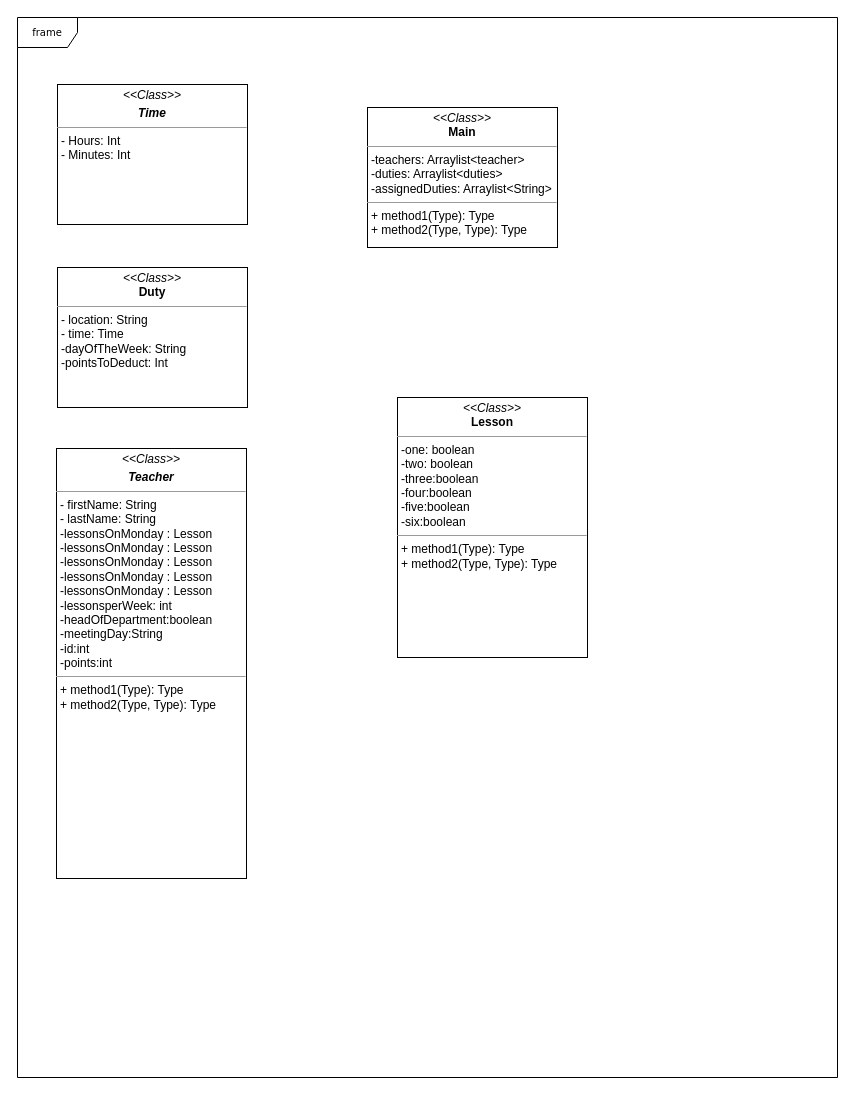
This is UML Diagram (Without Methods).drawio from adityaharish218/Computer-Science-IA, a draw.io file, before an edit. Source tidied: cells renumbered, new cells numbered last; positions are measured from the earlier drawing's top-left corner, leaving out a move shared by most shapes. Both pictures are drawn from the tidied source at 100%, with x=0, y=0 at pixel (17, 17).
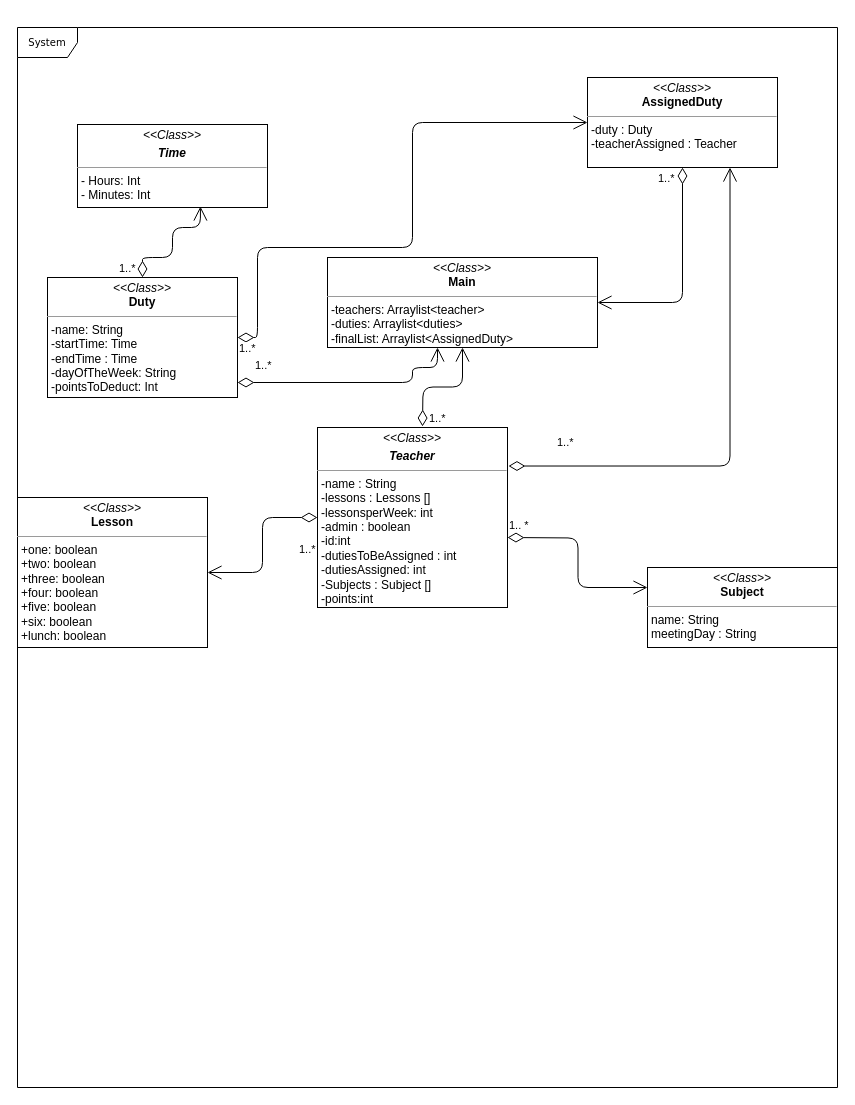
Above is the later version.

Change to the diagram source:
```diff
@@
-    <mxCell id="2" value="frame" style="shape=umlFrame;whiteSpace=wrap;html=1;rounded=0;shadow=0;comic=0;labelBackgroundColor=none;strokeWidth=1;fontFamily=Verdana;fontSize=10;align=center;" parent="1" vertex="1">
-      <mxGeometry width="820" height="1060" as="geometry" />
+    <mxCell id="2" value="System" style="shape=umlFrame;whiteSpace=wrap;html=1;rounded=0;shadow=0;comic=0;labelBackgroundColor=none;strokeWidth=1;fontFamily=Verdana;fontSize=10;align=center;" parent="1" vertex="1">
+      <mxGeometry y="10" width="820" height="1060" as="geometry" />
     </mxCell>
-    <mxCell id="3" value="&lt;p style=&quot;margin: 0px ; margin-top: 4px ; text-align: center&quot;&gt;&lt;i&gt;&amp;lt;&amp;lt;Class&amp;gt;&amp;gt;&lt;/i&gt;&lt;br&gt;&lt;b&gt;Lesson&lt;/b&gt;&lt;/p&gt;&lt;hr size=&quot;1&quot;&gt;&lt;p style=&quot;margin: 0px ; margin-left: 4px&quot;&gt;-one: boolean&lt;br&gt;-two: boolean&lt;/p&gt;&lt;p style=&quot;margin: 0px ; margin-left: 4px&quot;&gt;-three:boolean&lt;/p&gt;&lt;p style=&quot;margin: 0px ; margin-left: 4px&quot;&gt;-four:boolean&lt;/p&gt;&lt;p style=&quot;margin: 0px ; margin-left: 4px&quot;&gt;-five:boolean&lt;/p&gt;&lt;p style=&quot;margin: 0px ; margin-left: 4px&quot;&gt;-six:boolean&lt;/p&gt;&lt;hr size=&quot;1&quot;&gt;&lt;p style=&quot;margin: 0px ; margin-left: 4px&quot;&gt;+ method1(Type): Type&lt;br&gt;+ method2(Type, Type): Type&lt;/p&gt;" style="verticalAlign=top;align=left;overflow=fill;fontSize=12;fontFamily=Helvetica;html=1;rounded=0;shadow=0;comic=0;labelBackgroundColor=none;strokeWidth=1;" parent="1" vertex="1">
-      <mxGeometry x="380" y="380" width="190" height="260" as="geometry" />
+    <mxCell id="3" value="&lt;p style=&quot;margin: 0px ; margin-top: 4px ; text-align: center&quot;&gt;&lt;i&gt;&amp;lt;&amp;lt;Class&amp;gt;&amp;gt;&lt;/i&gt;&lt;br&gt;&lt;b&gt;Lesson&lt;/b&gt;&lt;/p&gt;&lt;hr size=&quot;1&quot;&gt;&lt;p style=&quot;margin: 0px ; margin-left: 4px&quot;&gt;+one: boolean&lt;br&gt;+two: boolean&lt;/p&gt;&lt;p style=&quot;margin: 0px ; margin-left: 4px&quot;&gt;+three: boolean&lt;/p&gt;&lt;p style=&quot;margin: 0px ; margin-left: 4px&quot;&gt;+four: boolean&lt;/p&gt;&lt;p style=&quot;margin: 0px ; margin-left: 4px&quot;&gt;+five: boolean&lt;/p&gt;&lt;p style=&quot;margin: 0px ; margin-left: 4px&quot;&gt;+six: boolean&lt;/p&gt;&lt;p style=&quot;margin: 0px ; margin-left: 4px&quot;&gt;+lunch: boolean&lt;/p&gt;&lt;p style=&quot;margin: 0px ; margin-left: 4px&quot;&gt;&lt;br&gt;&lt;/p&gt;" style="verticalAlign=top;align=left;overflow=fill;fontSize=12;fontFamily=Helvetica;html=1;rounded=0;shadow=0;comic=0;labelBackgroundColor=none;strokeWidth=1;" parent="1" vertex="1">
+      <mxGeometry y="480" width="190" height="150" as="geometry" />
     </mxCell>
-    <mxCell id="4" value="&lt;p style=&quot;margin: 0px ; margin-top: 4px ; text-align: center&quot;&gt;&lt;i&gt;&amp;lt;&amp;lt;Class&amp;gt;&amp;gt;&lt;/i&gt;&lt;br&gt;&lt;b&gt;Main&lt;/b&gt;&lt;/p&gt;&lt;hr size=&quot;1&quot;&gt;&lt;p style=&quot;margin: 0px ; margin-left: 4px&quot;&gt;-teachers: Arraylist&amp;lt;teacher&amp;gt;&lt;br&gt;-duties: Arraylist&amp;lt;duties&amp;gt;&lt;/p&gt;&lt;p style=&quot;margin: 0px ; margin-left: 4px&quot;&gt;-assignedDuties: Arraylist&amp;lt;String&amp;gt;&lt;/p&gt;&lt;hr size=&quot;1&quot;&gt;&lt;p style=&quot;margin: 0px ; margin-left: 4px&quot;&gt;+ method1(Type): Type&lt;br&gt;+ method2(Type, Type): Type&lt;/p&gt;" style="verticalAlign=top;align=left;overflow=fill;fontSize=12;fontFamily=Helvetica;html=1;rounded=0;shadow=0;comic=0;labelBackgroundColor=none;strokeWidth=1;" parent="1" vertex="1">
-      <mxGeometry x="350" y="90" width="190" height="140" as="geometry" />
+    <mxCell id="4" value="&lt;p style=&quot;margin: 0px ; margin-top: 4px ; text-align: center&quot;&gt;&lt;i&gt;&amp;lt;&amp;lt;Class&amp;gt;&amp;gt;&lt;/i&gt;&lt;br&gt;&lt;b&gt;Main&lt;/b&gt;&lt;/p&gt;&lt;hr size=&quot;1&quot;&gt;&lt;p style=&quot;margin: 0px ; margin-left: 4px&quot;&gt;-teachers: Arraylist&amp;lt;teacher&amp;gt;&lt;br&gt;-duties: Arraylist&amp;lt;duties&amp;gt;&lt;/p&gt;&lt;p style=&quot;margin: 0px ; margin-left: 4px&quot;&gt;-finalList: Arraylist&amp;lt;AssignedDuty&amp;gt;&lt;/p&gt;&lt;p style=&quot;margin: 0px ; margin-left: 4px&quot;&gt;&lt;br&gt;&lt;/p&gt;" style="verticalAlign=top;align=left;overflow=fill;fontSize=12;fontFamily=Helvetica;html=1;rounded=0;shadow=0;comic=0;labelBackgroundColor=none;strokeWidth=1;" parent="1" vertex="1">
+      <mxGeometry x="310" y="240" width="270" height="90" as="geometry" />
     </mxCell>
     <mxCell id="5" value="&lt;p style=&quot;margin: 0px ; margin-top: 4px ; text-align: center&quot;&gt;&lt;i&gt;&amp;lt;&amp;lt;Class&amp;gt;&amp;gt;&lt;/i&gt;&lt;/p&gt;&lt;p style=&quot;margin: 0px ; margin-top: 4px ; text-align: center&quot;&gt;&lt;b&gt;&lt;i&gt;Time&lt;/i&gt;&lt;br&gt;&lt;/b&gt;&lt;/p&gt;&lt;hr size=&quot;1&quot;&gt;&lt;p style=&quot;margin: 0px ; margin-left: 4px&quot;&gt;- Hours: Int&lt;br&gt;- Minutes: Int&lt;/p&gt;&lt;p style=&quot;margin: 0px ; margin-left: 4px&quot;&gt;&lt;br&gt;&lt;/p&gt;" style="verticalAlign=top;align=left;overflow=fill;fontSize=12;fontFamily=Helvetica;html=1;rounded=0;shadow=0;comic=0;labelBackgroundColor=none;strokeWidth=1;" parent="1" vertex="1">
-      <mxGeometry x="40" y="67" width="190" height="140" as="geometry" />
+      <mxGeometry x="60" y="107" width="190" height="83" as="geometry" />
     </mxCell>
-    <mxCell id="6" value="&lt;p style=&quot;margin: 0px ; margin-top: 4px ; text-align: center&quot;&gt;&lt;i&gt;&amp;lt;&amp;lt;Class&amp;gt;&amp;gt;&lt;/i&gt;&lt;br&gt;&lt;b&gt;Duty&lt;/b&gt;&lt;/p&gt;&lt;hr size=&quot;1&quot;&gt;&lt;p style=&quot;margin: 0px ; margin-left: 4px&quot;&gt;- location: String&lt;br&gt;- time: Time&lt;/p&gt;&lt;p style=&quot;margin: 0px ; margin-left: 4px&quot;&gt;-dayOfTheWeek: String&lt;/p&gt;&lt;p style=&quot;margin: 0px ; margin-left: 4px&quot;&gt;-pointsToDeduct: Int&lt;/p&gt;&lt;p style=&quot;margin: 0px ; margin-left: 4px&quot;&gt;&lt;br&gt;&lt;/p&gt;" style="verticalAlign=top;align=left;overflow=fill;fontSize=12;fontFamily=Helvetica;html=1;rounded=0;shadow=0;comic=0;labelBackgroundColor=none;strokeWidth=1;" parent="1" vertex="1">
-      <mxGeometry x="40" y="250" width="190" height="140" as="geometry" />
+    <mxCell id="6" value="&lt;p style=&quot;margin: 0px ; margin-top: 4px ; text-align: center&quot;&gt;&lt;i&gt;&amp;lt;&amp;lt;Class&amp;gt;&amp;gt;&lt;/i&gt;&lt;br&gt;&lt;b&gt;Duty&lt;/b&gt;&lt;/p&gt;&lt;hr size=&quot;1&quot;&gt;&lt;p style=&quot;margin: 0px ; margin-left: 4px&quot;&gt;-name: String&lt;br&gt;-startTime: Time&lt;/p&gt;&lt;p style=&quot;margin: 0px ; margin-left: 4px&quot;&gt;-endTime : Time&lt;/p&gt;&lt;p style=&quot;margin: 0px ; margin-left: 4px&quot;&gt;-dayOfTheWeek: String&lt;/p&gt;&lt;p style=&quot;margin: 0px ; margin-left: 4px&quot;&gt;-pointsToDeduct: Int&lt;/p&gt;&lt;p style=&quot;margin: 0px ; margin-left: 4px&quot;&gt;&lt;br&gt;&lt;/p&gt;" style="verticalAlign=top;align=left;overflow=fill;fontSize=12;fontFamily=Helvetica;html=1;rounded=0;shadow=0;comic=0;labelBackgroundColor=none;strokeWidth=1;" parent="1" vertex="1">
+      <mxGeometry x="30" y="260" width="190" height="120" as="geometry" />
     </mxCell>
-    <mxCell id="7" value="&lt;p style=&quot;margin: 0px ; margin-top: 4px ; text-align: center&quot;&gt;&lt;i&gt;&amp;lt;&amp;lt;Class&amp;gt;&amp;gt;&lt;/i&gt;&lt;br&gt;&lt;/p&gt;&lt;p style=&quot;margin: 0px ; margin-top: 4px ; text-align: center&quot;&gt;&lt;b&gt;&lt;i&gt;Teacher&lt;/i&gt;&lt;/b&gt;&lt;/p&gt;&lt;hr size=&quot;1&quot;&gt;&lt;p style=&quot;margin: 0px ; margin-left: 4px&quot;&gt;- firstName: String&lt;br&gt;- lastName: String&lt;/p&gt;&lt;p style=&quot;margin: 0px ; margin-left: 4px&quot;&gt;-lessonsOnMonday : Lesson&lt;/p&gt;&lt;p style=&quot;margin: 0px ; margin-left: 4px&quot;&gt;-lessonsOnMonday : Lesson&lt;br&gt;&lt;/p&gt;&lt;p style=&quot;margin: 0px ; margin-left: 4px&quot;&gt;-lessonsOnMonday : Lesson&lt;br&gt;&lt;/p&gt;&lt;p style=&quot;margin: 0px ; margin-left: 4px&quot;&gt;-lessonsOnMonday : Lesson&lt;br&gt;&lt;/p&gt;&lt;p style=&quot;margin: 0px ; margin-left: 4px&quot;&gt;-lessonsOnMonday : Lesson&lt;br&gt;&lt;/p&gt;&lt;p style=&quot;margin: 0px ; margin-left: 4px&quot;&gt;-lessonsperWeek: int&lt;/p&gt;&lt;p style=&quot;margin: 0px ; margin-left: 4px&quot;&gt;-headOfDepartment:boolean&lt;/p&gt;&lt;p style=&quot;margin: 0px ; margin-left: 4px&quot;&gt;-meetingDay:String&lt;/p&gt;&lt;p style=&quot;margin: 0px ; margin-left: 4px&quot;&gt;-id:int&lt;/p&gt;&lt;p style=&quot;margin: 0px ; margin-left: 4px&quot;&gt;-points:int&lt;/p&gt;&lt;hr size=&quot;1&quot;&gt;&lt;p style=&quot;margin: 0px ; margin-left: 4px&quot;&gt;+ method1(Type): Type&lt;br&gt;+ method2(Type, Type): Type&lt;/p&gt;" style="verticalAlign=top;align=left;overflow=fill;fontSize=12;fontFamily=Helvetica;html=1;rounded=0;shadow=0;comic=0;labelBackgroundColor=none;strokeWidth=1;" parent="1" vertex="1">
-      <mxGeometry x="39" y="431" width="190" height="430" as="geometry" />
+    <mxCell id="7" value="&lt;p style=&quot;margin: 0px ; margin-top: 4px ; text-align: center&quot;&gt;&lt;i&gt;&amp;lt;&amp;lt;Class&amp;gt;&amp;gt;&lt;/i&gt;&lt;br&gt;&lt;/p&gt;&lt;p style=&quot;margin: 0px ; margin-top: 4px ; text-align: center&quot;&gt;&lt;b&gt;&lt;i&gt;Teacher&lt;/i&gt;&lt;/b&gt;&lt;/p&gt;&lt;hr size=&quot;1&quot;&gt;&lt;p style=&quot;margin: 0px ; margin-left: 4px&quot;&gt;-name : String&lt;/p&gt;&lt;p style=&quot;margin: 0px ; margin-left: 4px&quot;&gt;-lessons : Lessons []&lt;/p&gt;&lt;p style=&quot;margin: 0px ; margin-left: 4px&quot;&gt;-lessonsperWeek: int&lt;/p&gt;&lt;p style=&quot;margin: 0px ; margin-left: 4px&quot;&gt;-admin : boolean&lt;/p&gt;&lt;p style=&quot;margin: 0px ; margin-left: 4px&quot;&gt;-id:int&lt;/p&gt;&lt;p style=&quot;margin: 0px ; margin-left: 4px&quot;&gt;-dutiesToBeAssigned : int&lt;/p&gt;&lt;p style=&quot;margin: 0px ; margin-left: 4px&quot;&gt;-dutiesAssigned: int&lt;/p&gt;&lt;p style=&quot;margin: 0px ; margin-left: 4px&quot;&gt;-Subjects : Subject []&lt;/p&gt;&lt;p style=&quot;margin: 0px ; margin-left: 4px&quot;&gt;-points:int&lt;/p&gt;" style="verticalAlign=top;align=left;overflow=fill;fontSize=12;fontFamily=Helvetica;html=1;rounded=0;shadow=0;comic=0;labelBackgroundColor=none;strokeWidth=1;" parent="1" vertex="1">
+      <mxGeometry x="300" y="410" width="190" height="180" as="geometry" />
     </mxCell>
+    <mxCell id="8" value="&lt;p style=&quot;margin: 0px ; margin-top: 4px ; text-align: center&quot;&gt;&lt;i&gt;&amp;lt;&amp;lt;Class&amp;gt;&amp;gt;&lt;/i&gt;&lt;br&gt;&lt;b&gt;Subject&lt;/b&gt;&lt;/p&gt;&lt;hr size=&quot;1&quot;&gt;&lt;p style=&quot;margin: 0px ; margin-left: 4px&quot;&gt;name: String&lt;/p&gt;&lt;p style=&quot;margin: 0px ; margin-left: 4px&quot;&gt;meetingDay : String&lt;/p&gt;&lt;p style=&quot;margin: 0px ; margin-left: 4px&quot;&gt;&lt;br&gt;&lt;/p&gt;" style="verticalAlign=top;align=left;overflow=fill;fontSize=12;fontFamily=Helvetica;html=1;rounded=0;shadow=0;comic=0;labelBackgroundColor=none;strokeWidth=1;" parent="1" vertex="1">
+      <mxGeometry x="630" y="550" width="190" height="80" as="geometry" />
+    </mxCell>
+    <mxCell id="9" value="1.. *" style="endArrow=open;html=1;endSize=12;startArrow=diamondThin;startSize=14;startFill=0;edgeStyle=orthogonalEdgeStyle;align=left;verticalAlign=bottom;entryX=0;entryY=0.25;entryDx=0;entryDy=0;" parent="1" edge="1" target="8">
+      <mxGeometry x="-1" y="3" relative="1" as="geometry">
+        <mxPoint x="490" y="520" as="sourcePoint" />
+      </mxGeometry>
+    </mxCell>
+    <mxCell id="10" value="1..*" style="endArrow=open;html=1;endSize=12;startArrow=diamondThin;startSize=14;startFill=0;edgeStyle=orthogonalEdgeStyle;align=left;verticalAlign=bottom;entryX=1;entryY=0.5;entryDx=0;entryDy=0;exitX=0;exitY=0.5;exitDx=0;exitDy=0;" parent="1" edge="1" source="7" target="3">
+      <mxGeometry x="0.15" y="35" relative="1" as="geometry">
+        <mxPoint y="1" as="offset" />
+      </mxGeometry>
+    </mxCell>
+    <mxCell id="11" value="1..*" style="endArrow=open;html=1;endSize=12;startArrow=diamondThin;startSize=14;startFill=0;edgeStyle=orthogonalEdgeStyle;align=left;verticalAlign=bottom;exitX=0.5;exitY=0;exitDx=0;exitDy=0;entryX=0.647;entryY=0.988;entryDx=0;entryDy=0;entryPerimeter=0;" parent="1" edge="1" source="6" target="5">
+      <mxGeometry x="-0.69" y="-32" relative="1" as="geometry">
+        <Array as="points">
+          <mxPoint x="125" y="240" />
+          <mxPoint x="155" y="240" />
+          <mxPoint x="155" y="210" />
+          <mxPoint x="183" y="210" />
+        </Array>
+        <mxPoint x="-25" y="-12" as="offset" />
+      </mxGeometry>
+    </mxCell>
+    <mxCell id="12" value="&lt;p style=&quot;margin: 0px ; margin-top: 4px ; text-align: center&quot;&gt;&lt;i&gt;&amp;lt;&amp;lt;Class&amp;gt;&amp;gt;&lt;/i&gt;&lt;br&gt;&lt;b&gt;AssignedDuty&lt;/b&gt;&lt;/p&gt;&lt;hr size=&quot;1&quot;&gt;&lt;p style=&quot;margin: 0px ; margin-left: 4px&quot;&gt;-duty : Duty&lt;/p&gt;&lt;p style=&quot;margin: 0px ; margin-left: 4px&quot;&gt;-teacherAssigned : Teacher&lt;/p&gt;&lt;p style=&quot;margin: 0px ; margin-left: 4px&quot;&gt;&lt;br&gt;&lt;/p&gt;" style="verticalAlign=top;align=left;overflow=fill;fontSize=12;fontFamily=Helvetica;html=1;rounded=0;shadow=0;comic=0;labelBackgroundColor=none;strokeWidth=1;" parent="1" vertex="1">
+      <mxGeometry x="570" y="60" width="190" height="90" as="geometry" />
+    </mxCell>
+    <mxCell id="13" value="1..*" style="endArrow=open;html=1;endSize=12;startArrow=diamondThin;startSize=14;startFill=0;edgeStyle=orthogonalEdgeStyle;align=left;verticalAlign=bottom;" parent="1" edge="1" target="4">
+      <mxGeometry x="-0.25" y="-39" relative="1" as="geometry">
+        <mxPoint x="405" y="409" as="sourcePoint" />
+        <mxPoint y="1" as="offset" />
+      </mxGeometry>
+    </mxCell>
+    <mxCell id="14" value="1..*" style="endArrow=open;html=1;endSize=12;startArrow=diamondThin;startSize=14;startFill=0;edgeStyle=orthogonalEdgeStyle;align=left;verticalAlign=bottom;entryX=1;entryY=0.5;entryDx=0;entryDy=0;exitX=0.5;exitY=1;exitDx=0;exitDy=0;" parent="1" edge="1" source="12" target="4">
+      <mxGeometry x="0.46" y="-115" relative="1" as="geometry" />
+    </mxCell>
+    <mxCell id="15" value="1..*" style="endArrow=open;html=1;endSize=12;startArrow=diamondThin;startSize=14;startFill=0;edgeStyle=orthogonalEdgeStyle;align=left;verticalAlign=bottom;entryX=0.75;entryY=1;entryDx=0;entryDy=0;exitX=1.005;exitY=0.214;exitDx=0;exitDy=0;exitPerimeter=0;" parent="1" edge="1" source="7" target="12">
+      <mxGeometry x="-0.82" y="15" relative="1" as="geometry" />
+    </mxCell>
+    <mxCell id="16" value="1..*" style="endArrow=open;html=1;endSize=12;startArrow=diamondThin;startSize=14;startFill=0;edgeStyle=orthogonalEdgeStyle;align=left;verticalAlign=bottom;entryX=0;entryY=0.5;entryDx=0;entryDy=0;exitX=1;exitY=0.5;exitDx=0;exitDy=0;" parent="1" edge="1" source="6" target="12">
+      <mxGeometry x="-0.93" y="28" relative="1" as="geometry">
+        <Array as="points">
+          <mxPoint x="240" y="320" />
+          <mxPoint x="240" y="230" />
+          <mxPoint x="395" y="230" />
+          <mxPoint x="395" y="105" />
+        </Array>
+        <mxPoint x="8" y="20" as="offset" />
+      </mxGeometry>
+    </mxCell>
+    <mxCell id="17" value="1..*" style="endArrow=open;html=1;endSize=12;startArrow=diamondThin;startSize=14;startFill=0;edgeStyle=orthogonalEdgeStyle;align=left;verticalAlign=bottom;exitX=1;exitY=0.5;exitDx=0;exitDy=0;" parent="1" edge="1" target="4">
+      <mxGeometry x="-0.93" y="28" relative="1" as="geometry">
+        <mxPoint x="220" y="365" as="sourcePoint" />
+        <Array as="points">
+          <mxPoint x="395" y="365" />
+          <mxPoint x="395" y="350" />
+          <mxPoint x="420" y="350" />
+        </Array>
+        <mxPoint x="8" y="20" as="offset" />
+      </mxGeometry>
+    </mxCell>
```
